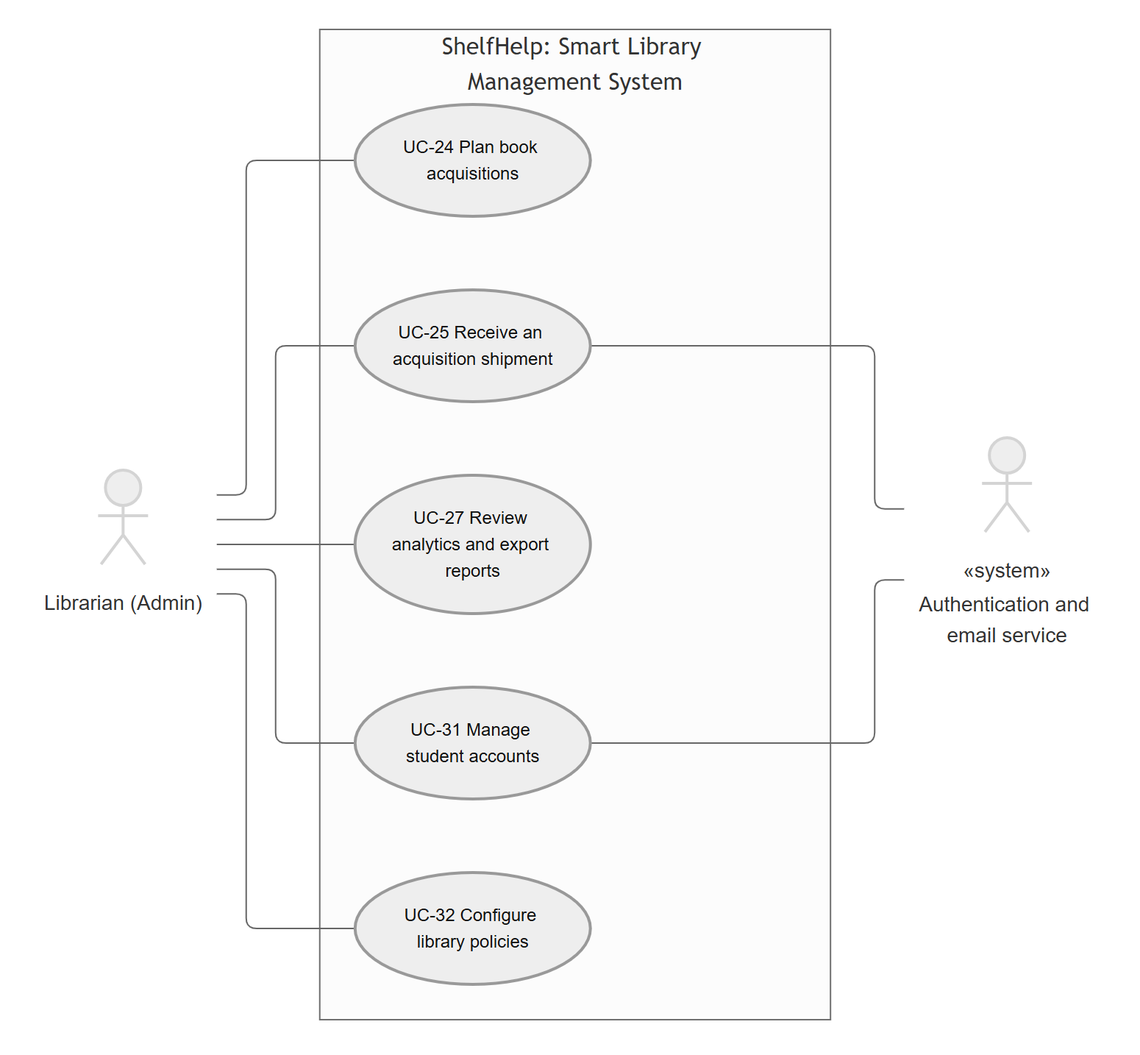
Before: docs/management/PA3/use-case-diagrams/mermaid/05-acquisitions-admin.png, a diagram exported from Mermaid (pvkduy/SW_LibraryApp). Its source is kept beside it as docs/management/PA3/use-case-diagrams/mermaid/05-acquisitions-admin.mmd. Source of this version:
```mermaid
---
config:
  theme: neutral
  look: classic
  layout: elk
---
usecase-beta
direction LR
actor Librarian("Librarian (Admin)")
actor Auth("Authentication and email service") <<system>>

systemBoundary "ShelfHelp: Smart Library Management System"
  UC24("UC-24 Plan book acquisitions")
  UC25("UC-25 Receive an acquisition shipment")
  UC27("UC-27 Review analytics and export reports")
  UC31("UC-31 Manage student accounts")
end

Librarian -- UC24
Librarian -- UC25
Librarian -- UC27
Librarian -- UC31
UC25 -- Auth
UC31 -- Auth
```
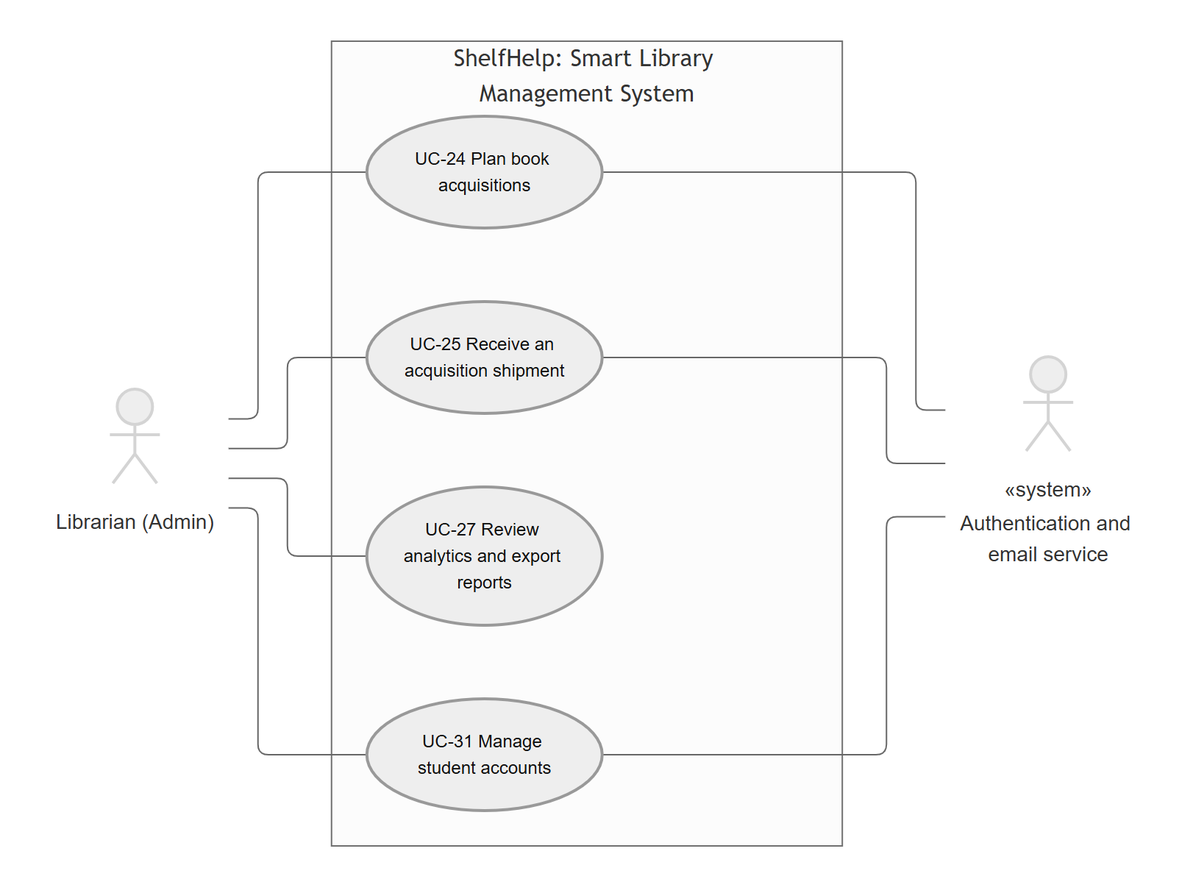
Later version of the same file.

What changed in the source:
```diff
@@ -20,5 +20,6 @@
 Librarian -- UC25
 Librarian -- UC27
 Librarian -- UC31
+UC24 -- Auth
 UC25 -- Auth
 UC31 -- Auth
```
